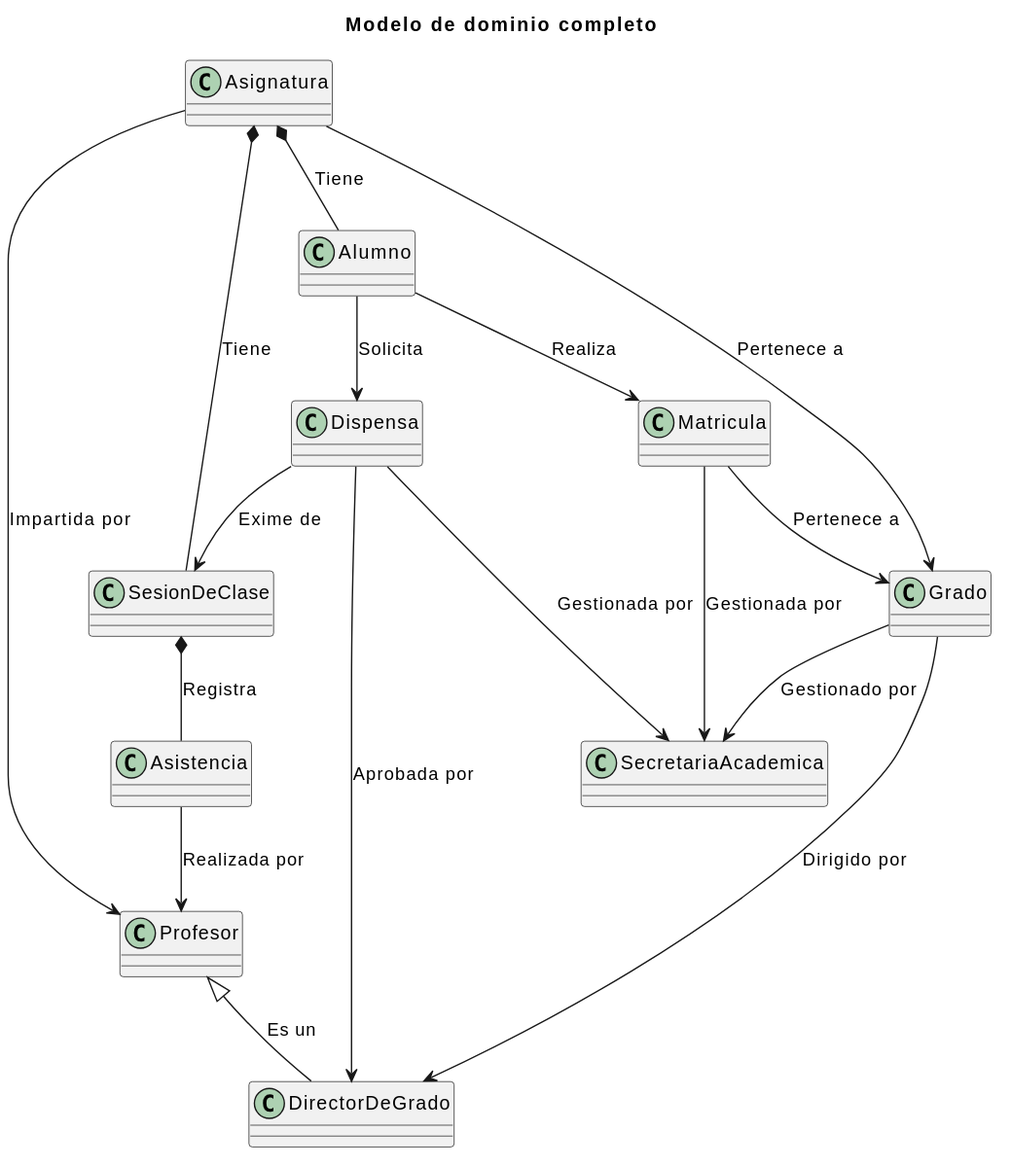
Earlier version of the PlantUML export documents/requisitado/00-modelo-del-dominio/ModeloCompleto.svg (jerdier/25-26-idsw2-sdVC).
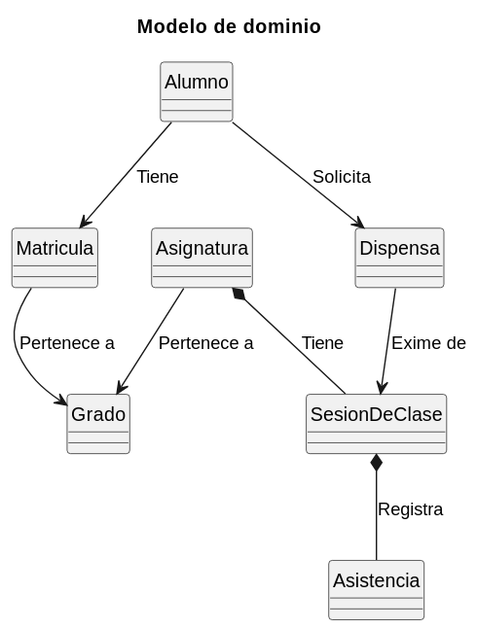
Later version of the same file.

What changed in the source:
```diff
@@ -1,31 +1,23 @@
 @startuml
-title Modelo de dominio completo
+title Modelo de dominio
+skinparam style strictuml
 
 class Alumno
 class Matricula
 class Asignatura
 class Dispensa
 class Asistencia
-class Profesor
+class SesionDeClase
 class Grado
-class DirectorDeGrado
-class SecretariaAcademica
-class SesionDeClase
 
-Alumno --> Matricula : Realiza
+Alumno --> Matricula : Tiene
 Alumno --> Dispensa : Solicita
+
 Matricula --> Grado : Pertenece a
-Matricula --> SecretariaAcademica : Gestionada por
+
 Asignatura --> Grado : Pertenece a
-Asignatura *-- Alumno : Tiene
 Asignatura *-- SesionDeClase : Tiene
-Asignatura --> Profesor : Impartida por
+
 SesionDeClase *-- Asistencia : Registra
-Asistencia --> Profesor : Realizada por
 Dispensa --> SesionDeClase : Exime de
-Dispensa --> DirectorDeGrado : Aprobada por
-Dispensa --> SecretariaAcademica : Gestionada por
-Grado --> DirectorDeGrado : Dirigido por
-Grado --> SecretariaAcademica : Gestionado por
-DirectorDeGrado -u-|> Profesor : Es un
 @enduml
```
